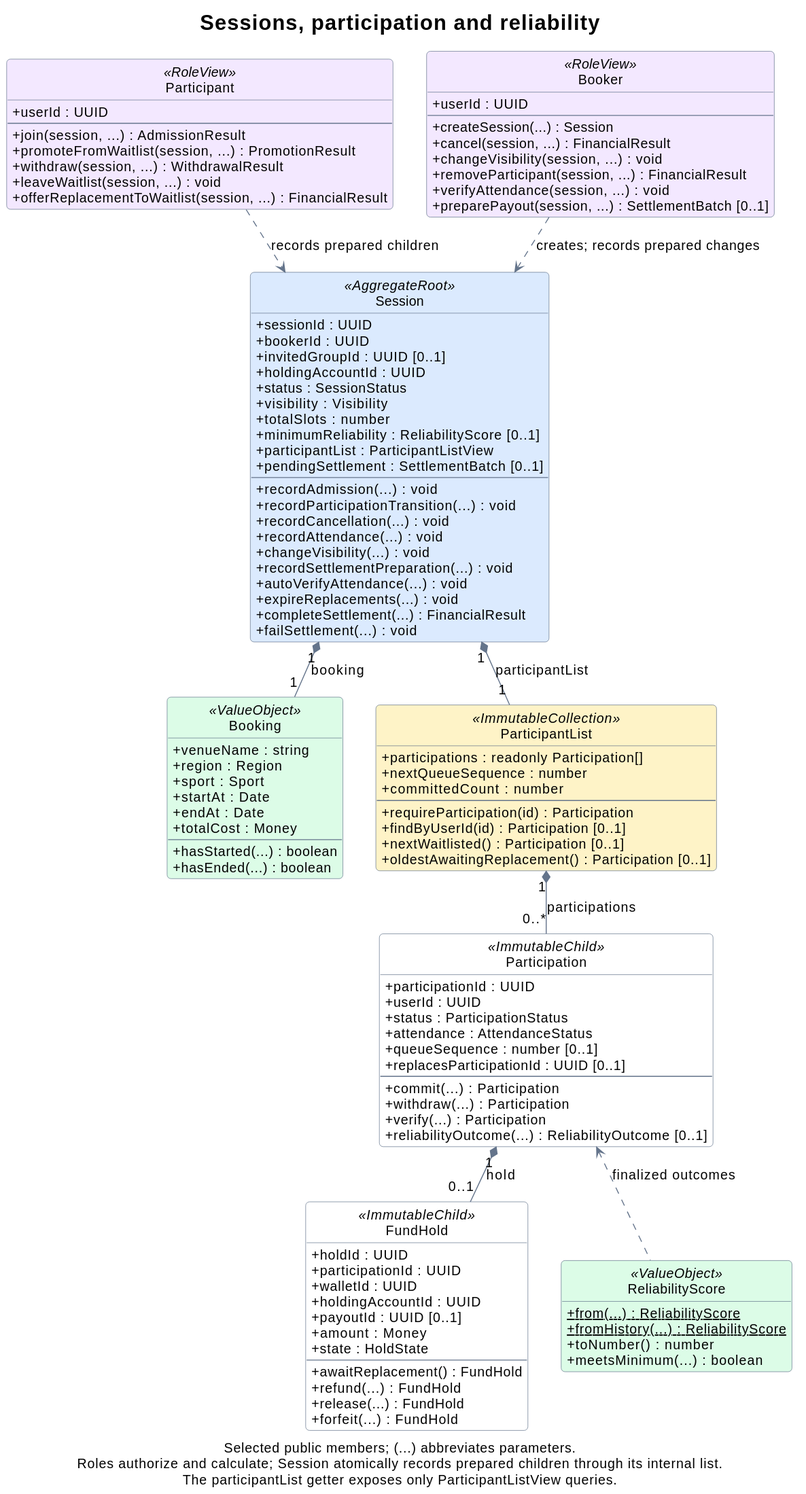
This is docs/assets/domain-sessions.svg from rbrishi15/booking-web-manager, a PlantUML export, as it was before one commit.
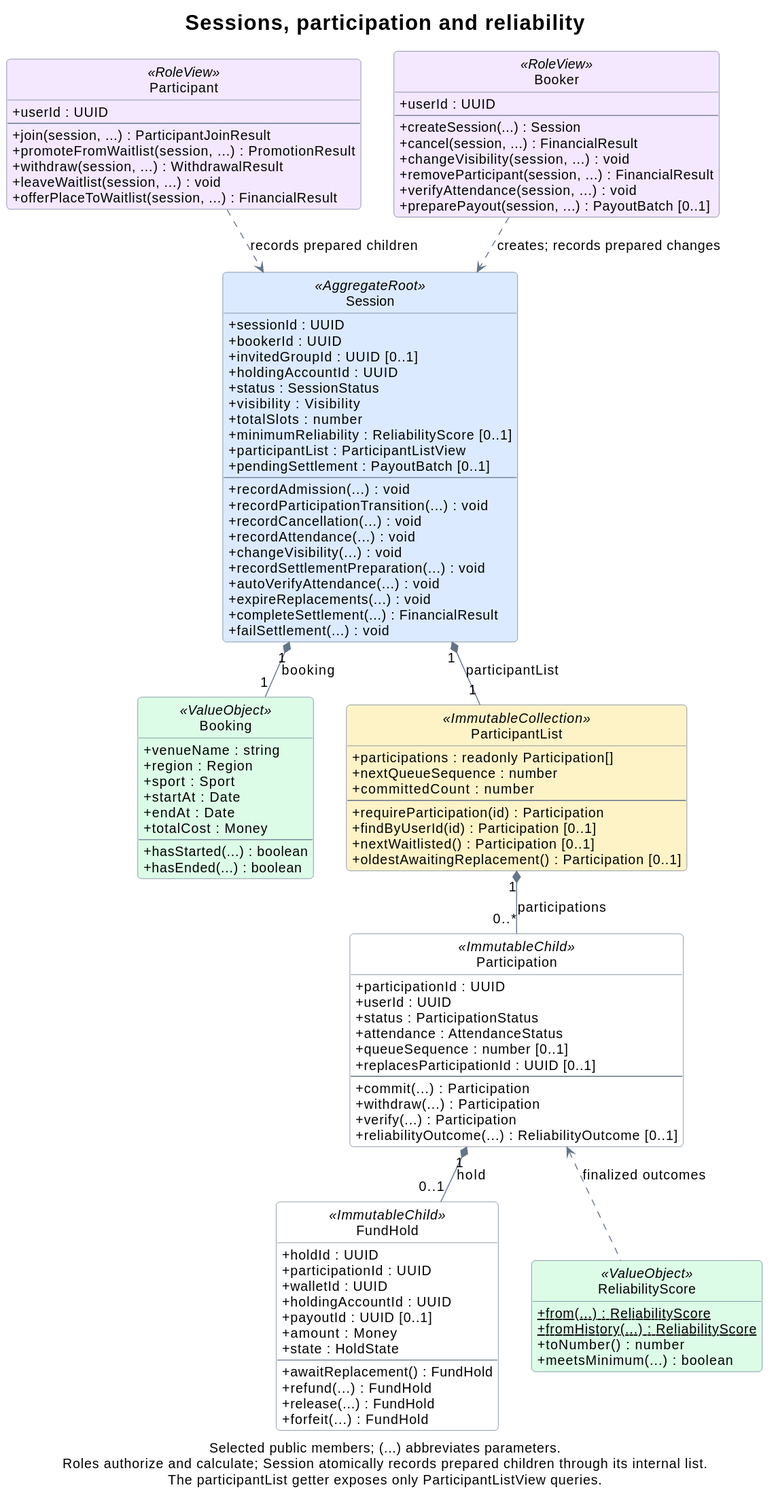
After the commit.

Diff of the diagram source:
```diff
@@ -32,7 +32,7 @@
   +totalSlots : number
   +minimumReliability : ReliabilityScore [0..1]
   +participantList : ParticipantListView
-  +pendingSettlement : SettlementBatch [0..1]
+  +pendingSettlement : PayoutBatch [0..1]
   --
   +recordAdmission(...) : void
   +recordParticipationTransition(...) : void
@@ -49,11 +49,11 @@
 class Participant <<RoleView>> {
   +userId : UUID
   --
-  +join(session, ...) : AdmissionResult
+  +join(session, ...) : ParticipantJoinResult
   +promoteFromWaitlist(session, ...) : PromotionResult
   +withdraw(session, ...) : WithdrawalResult
   +leaveWaitlist(session, ...) : void
-  +offerReplacementToWaitlist(session, ...) : FinancialResult
+  +offerPlaceToWaitlist(session, ...) : FinancialResult
 }
 
 class Booker <<RoleView>> {
@@ -64,7 +64,7 @@
   +changeVisibility(session, ...) : void
   +removeParticipant(session, ...) : FinancialResult
   +verifyAttendance(session, ...) : void
-  +preparePayout(session, ...) : SettlementBatch [0..1]
+  +preparePayout(session, ...) : PayoutBatch [0..1]
 }
 
 class Booking <<ValueObject>> {
```
